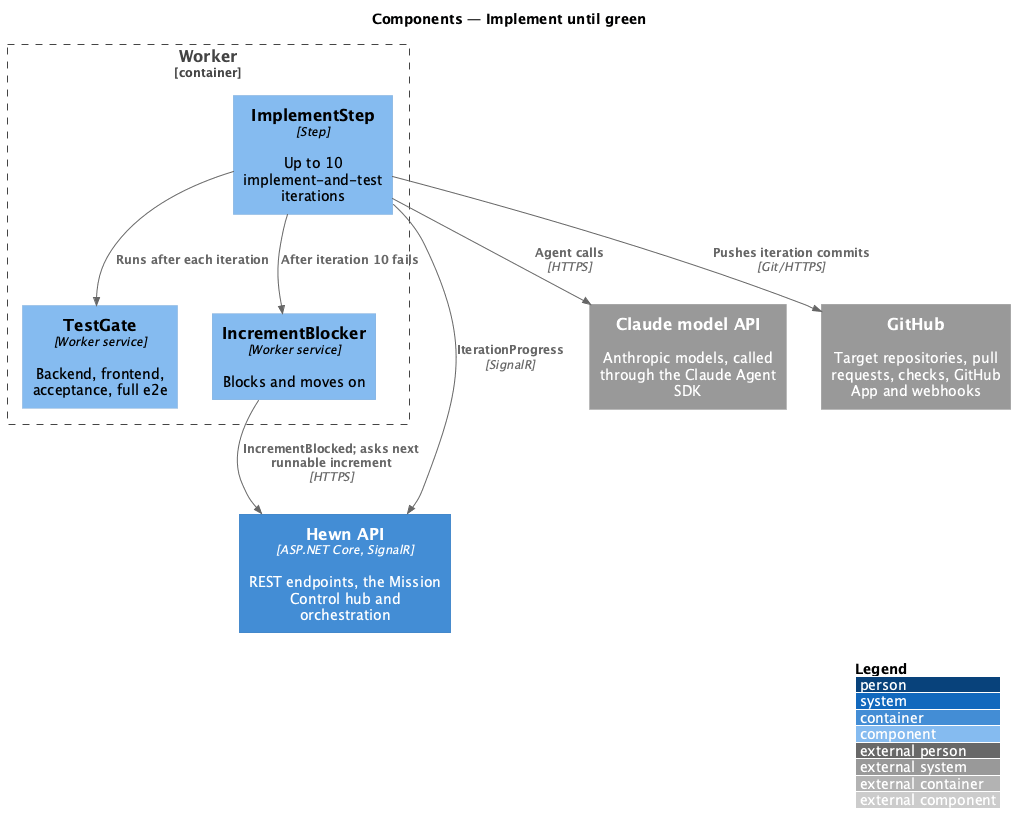
Above: docs/detailed-designs/increments/implement-until-green/diagrams/c4-component.png in QuinntyneBrown/hewn (PlantUML), before the change.
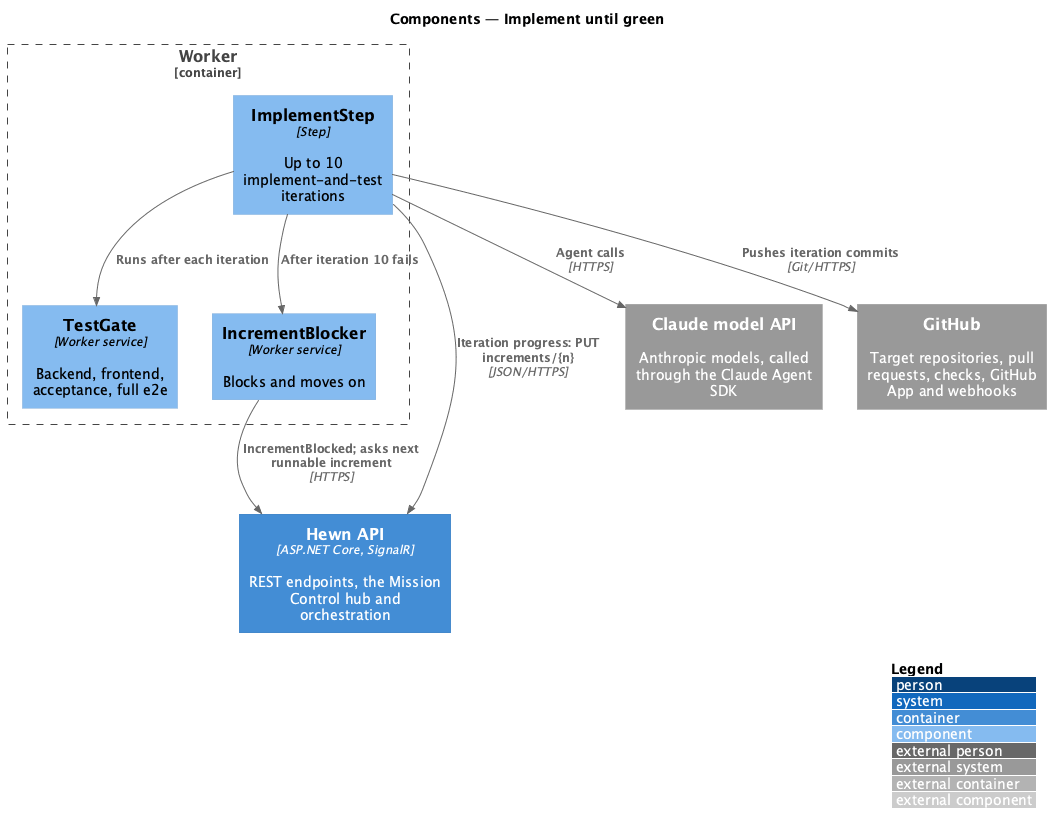
Above is the later version.

The edit, as a diff of the source:
```diff
@@ -17,5 +17,5 @@
 Rel(impl, gate, "Runs after each iteration")
 Rel(impl, block, "After iteration 10 fails")
 Rel(block, api, "IncrementBlocked; asks next runnable increment", "HTTPS")
-Rel(impl, api, "IterationProgress", "SignalR")
+Rel(impl, api, "Iteration progress: PUT increments/{n}", "JSON/HTTPS")
 @enduml
```
